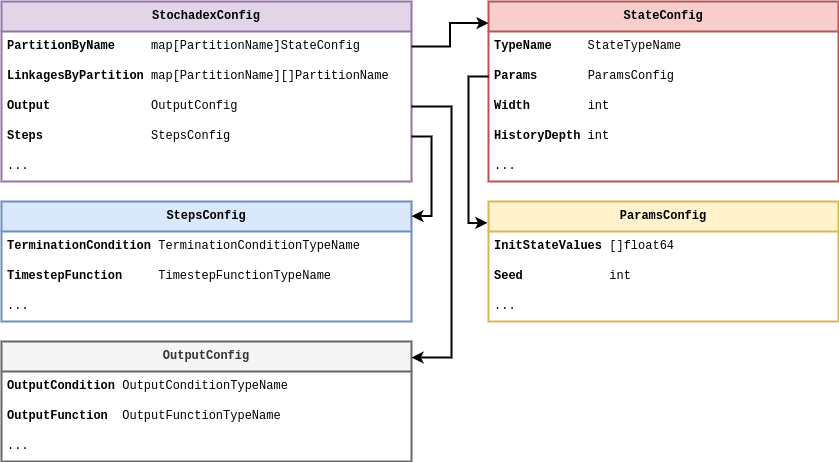
Earlier version of the draw.io export images/stochadex-data-types.drawio.png (umbralcalc/worlds-of-observation). Source tidied: cells renumbered, new cells last; positions are measured from the earlier drawing's top-left corner, leaving out a move shared by most shapes.
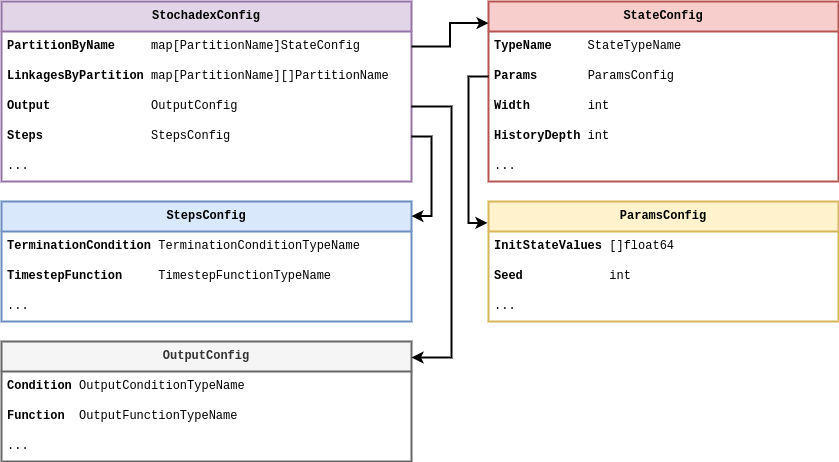
After the commit.

Commit message:
added small changes to naming of types and intro

The edit, as a diff of the source:
```diff
@@ -79,10 +79,10 @@
     <mxCell id="25" value="&lt;b&gt;OutputConfig&lt;/b&gt;" style="swimlane;fontStyle=0;horizontal=1;startSize=30;whiteSpace=wrap;html=1;fontFamily=Courier New;fillColor=#f5f5f5;strokeColor=#666666;strokeWidth=2;fontColor=#333333;" parent="1" vertex="1">
       <mxGeometry y="340" width="410" height="120" as="geometry" />
     </mxCell>
-    <mxCell id="26" value="&lt;b&gt;OutputCondition&lt;/b&gt; OutputConditionTypeName" style="text;strokeColor=none;fillColor=none;align=left;verticalAlign=middle;spacingLeft=4;spacingRight=4;overflow=hidden;whiteSpace=wrap;html=1;fontFamily=Courier New;" parent="25" vertex="1">
+    <mxCell id="26" value="&lt;b&gt;Condition&lt;/b&gt; OutputConditionTypeName" style="text;strokeColor=none;fillColor=none;align=left;verticalAlign=middle;spacingLeft=4;spacingRight=4;overflow=hidden;whiteSpace=wrap;html=1;fontFamily=Courier New;" parent="25" vertex="1">
       <mxGeometry y="30" width="410" height="30" as="geometry" />
     </mxCell>
-    <mxCell id="27" value="&lt;b&gt;OutputFunction&lt;/b&gt;&amp;nbsp; OutputFunctionTypeName" style="text;strokeColor=none;fillColor=none;align=left;verticalAlign=middle;spacingLeft=4;spacingRight=4;overflow=hidden;whiteSpace=wrap;html=1;fontFamily=Courier New;" parent="25" vertex="1">
+    <mxCell id="27" value="&lt;b&gt;Function&lt;/b&gt;&amp;nbsp; OutputFunctionTypeName" style="text;strokeColor=none;fillColor=none;align=left;verticalAlign=middle;spacingLeft=4;spacingRight=4;overflow=hidden;whiteSpace=wrap;html=1;fontFamily=Courier New;" parent="25" vertex="1">
       <mxGeometry y="60" width="410" height="30" as="geometry" />
     </mxCell>
     <mxCell id="28" value="..." style="text;strokeColor=none;fillColor=none;align=left;verticalAlign=middle;spacingLeft=4;spacingRight=4;overflow=hidden;whiteSpace=wrap;html=1;fontFamily=Courier New;" parent="25" vertex="1">
```
